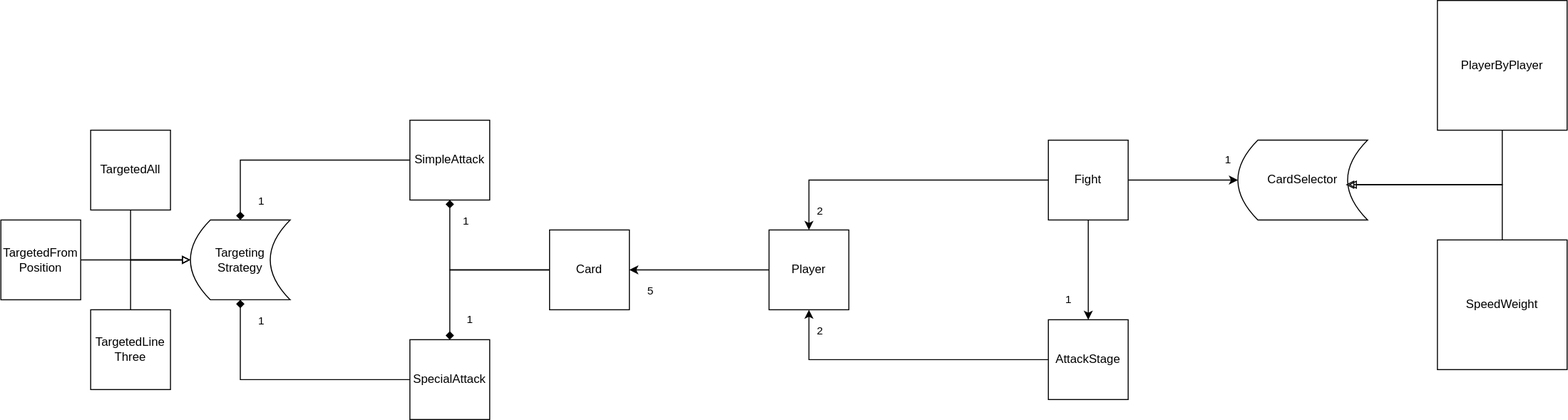
Earlier version of the draw.io export doc/archi.drawio.svg (cegerard/card-game). Source tidied: cells renumbered, new cells last; positions are measured from the earlier drawing's top-left corner, leaving out a move shared by most shapes. Its diagram source:
```xml
<mxGraphModel>
  <root>
    <mxCell id="0" />
    <mxCell id="1" parent="0" />
    <mxCell id="2" value="1" style="edgeStyle=none;html=1;exitX=0.5;exitY=1;exitDx=0;exitDy=0;entryX=0.5;entryY=0;entryDx=0;entryDy=0;" parent="1" edge="1" source="6" target="10">
      <mxGeometry x="0.6" y="-20" relative="1" as="geometry" />
    </mxCell>
    <mxCell id="3" value="1" style="edgeStyle=none;html=1;exitX=1;exitY=0.5;exitDx=0;exitDy=0;entryX=0;entryY=0.5;entryDx=0;entryDy=0;" parent="1" edge="1" source="6" target="7">
      <mxGeometry x="0.82" y="20" relative="1" as="geometry" />
    </mxCell>
    <mxCell id="4" style="edgeStyle=orthogonalEdgeStyle;rounded=0;html=1;exitX=0;exitY=0.5;exitDx=0;exitDy=0;entryX=0.5;entryY=0;entryDx=0;entryDy=0;strokeColor=default;fontColor=default;" parent="1" edge="1" source="6" target="17">
      <mxGeometry relative="1" as="geometry" />
    </mxCell>
    <mxCell id="5" value="2" style="edgeLabel;html=1;align=center;verticalAlign=middle;fontColor=default;" parent="4" vertex="1">
      <mxGeometry x="-0.28" y="1" relative="1" as="geometry">
        <mxPoint x="-126" y="29" as="offset" />
      </mxGeometry>
    </mxCell>
    <mxCell id="6" value="Fight" style="whiteSpace=wrap;html=1;" parent="1" vertex="1">
      <mxGeometry x="1050" y="140" width="80" height="80" as="geometry" />
    </mxCell>
    <mxCell id="7" value="CardSelector" style="shape=dataStorage;whiteSpace=wrap;html=1;fixedSize=1;" parent="1" vertex="1">
      <mxGeometry x="1240" y="140" width="130" height="80" as="geometry" />
    </mxCell>
    <mxCell id="8" style="edgeStyle=orthogonalEdgeStyle;rounded=0;html=1;exitX=0;exitY=0.5;exitDx=0;exitDy=0;entryX=0.5;entryY=1;entryDx=0;entryDy=0;strokeColor=default;fontColor=default;" parent="1" edge="1" source="10" target="17">
      <mxGeometry relative="1" as="geometry" />
    </mxCell>
    <mxCell id="9" value="2" style="edgeLabel;html=1;align=center;verticalAlign=middle;fontColor=default;" parent="8" vertex="1">
      <mxGeometry x="-0.38" y="-4" relative="1" as="geometry">
        <mxPoint x="-141" y="-26" as="offset" />
      </mxGeometry>
    </mxCell>
    <mxCell id="10" value="AttackStage" style="whiteSpace=wrap;html=1;" parent="1" vertex="1">
      <mxGeometry x="1050" y="320" width="80" height="80" as="geometry" />
    </mxCell>
    <mxCell id="11" style="edgeStyle=orthogonalEdgeStyle;html=1;exitX=0.5;exitY=1;exitDx=0;exitDy=0;entryX=0.831;entryY=0.558;entryDx=0;entryDy=0;entryPerimeter=0;fontColor=default;rounded=0;strokeColor=default;endArrow=block;endFill=0;" parent="1" edge="1" source="12" target="7">
      <mxGeometry relative="1" as="geometry">
        <Array as="points">
          <mxPoint x="1505" y="185" />
        </Array>
      </mxGeometry>
    </mxCell>
    <mxCell id="12" value="PlayerByPlayer" style="fontStyle=0;fontColor=default;labelBackgroundColor=none;labelBorderColor=none;whiteSpace=wrap;html=1;" parent="1" vertex="1">
      <mxGeometry x="1440" width="130" height="130" as="geometry" />
    </mxCell>
    <mxCell id="13" style="edgeStyle=orthogonalEdgeStyle;rounded=0;html=1;exitX=0.5;exitY=0;exitDx=0;exitDy=0;strokeColor=default;fontColor=default;entryX=0.851;entryY=0.558;entryDx=0;entryDy=0;entryPerimeter=0;endArrow=block;endFill=0;" parent="1" edge="1" source="14" target="7">
      <mxGeometry relative="1" as="geometry">
        <Array as="points">
          <mxPoint x="1505" y="185" />
        </Array>
      </mxGeometry>
    </mxCell>
    <mxCell id="14" value="SpeedWeight" style="fontStyle=0;fontColor=default;labelBackgroundColor=none;labelBorderColor=none;whiteSpace=wrap;html=1;" parent="1" vertex="1">
      <mxGeometry x="1440" y="240" width="130" height="130" as="geometry" />
    </mxCell>
    <mxCell id="15" style="edgeStyle=orthogonalEdgeStyle;rounded=0;html=1;exitX=0;exitY=0.5;exitDx=0;exitDy=0;entryX=1;entryY=0.5;entryDx=0;entryDy=0;strokeColor=default;fontColor=default;" parent="1" edge="1" source="17" target="21">
      <mxGeometry relative="1" as="geometry" />
    </mxCell>
    <mxCell id="16" value="5" style="edgeLabel;html=1;align=center;verticalAlign=middle;fontColor=default;" parent="15" vertex="1">
      <mxGeometry x="-0.42" y="3" relative="1" as="geometry">
        <mxPoint x="-80" y="17" as="offset" />
      </mxGeometry>
    </mxCell>
    <mxCell id="17" value="Player" style="whiteSpace=wrap;html=1;" parent="1" vertex="1">
      <mxGeometry x="770" y="230" width="80" height="80" as="geometry" />
    </mxCell>
    <mxCell id="18" style="edgeStyle=orthogonalEdgeStyle;rounded=0;html=1;exitX=0;exitY=0.5;exitDx=0;exitDy=0;entryX=0.5;entryY=1;entryDx=0;entryDy=0;strokeColor=default;fontColor=default;endArrow=diamond;endFill=1;" parent="1" edge="1" source="21" target="24">
      <mxGeometry relative="1" as="geometry" />
    </mxCell>
    <mxCell id="19" value="1" style="edgeLabel;html=1;align=center;verticalAlign=middle;fontColor=default;" parent="18" vertex="1">
      <mxGeometry x="0.74" relative="1" as="geometry">
        <mxPoint x="15" y="-2" as="offset" />
      </mxGeometry>
    </mxCell>
    <mxCell id="20" value="1" style="edgeStyle=orthogonalEdgeStyle;rounded=0;html=1;exitX=0;exitY=0.5;exitDx=0;exitDy=0;entryX=0.5;entryY=0;entryDx=0;entryDy=0;strokeColor=default;fontColor=default;endArrow=diamond;endFill=1;" parent="1" edge="1" source="21" target="27">
      <mxGeometry x="0.76" y="20" relative="1" as="geometry" />
    </mxCell>
    <mxCell id="21" value="Card" style="whiteSpace=wrap;html=1;labelBackgroundColor=none;labelBorderColor=none;fontColor=default;" parent="1" vertex="1">
      <mxGeometry x="550" y="230" width="80" height="80" as="geometry" />
    </mxCell>
    <mxCell id="22" style="edgeStyle=orthogonalEdgeStyle;rounded=0;html=1;exitX=0;exitY=0.5;exitDx=0;exitDy=0;entryX=0.5;entryY=0;entryDx=0;entryDy=0;strokeColor=default;fontColor=default;endArrow=diamond;endFill=1;" parent="1" edge="1" source="24" target="28">
      <mxGeometry relative="1" as="geometry" />
    </mxCell>
    <mxCell id="23" value="1" style="edgeLabel;html=1;align=center;verticalAlign=middle;fontColor=default;" parent="22" vertex="1">
      <mxGeometry x="-0.15" y="-1" relative="1" as="geometry">
        <mxPoint x="-53" y="41" as="offset" />
      </mxGeometry>
    </mxCell>
    <mxCell id="24" value="SimpleAttack" style="whiteSpace=wrap;html=1;labelBackgroundColor=none;labelBorderColor=none;fontColor=default;" parent="1" vertex="1">
      <mxGeometry x="410" y="120" width="80" height="80" as="geometry" />
    </mxCell>
    <mxCell id="25" style="edgeStyle=orthogonalEdgeStyle;rounded=0;html=1;exitX=0;exitY=0.5;exitDx=0;exitDy=0;entryX=0.5;entryY=1;entryDx=0;entryDy=0;strokeColor=default;fontColor=default;endArrow=diamond;endFill=1;" parent="1" edge="1" source="27" target="28">
      <mxGeometry relative="1" as="geometry" />
    </mxCell>
    <mxCell id="26" value="1" style="edgeLabel;html=1;align=center;verticalAlign=middle;fontColor=default;" parent="25" vertex="1">
      <mxGeometry x="-0.44" y="-7" relative="1" as="geometry">
        <mxPoint x="-80" y="-53" as="offset" />
      </mxGeometry>
    </mxCell>
    <mxCell id="27" value="SpecialAttack" style="whiteSpace=wrap;html=1;labelBackgroundColor=none;labelBorderColor=none;fontColor=default;" parent="1" vertex="1">
      <mxGeometry x="410" y="340" width="80" height="80" as="geometry" />
    </mxCell>
    <mxCell id="28" value="Targeting&lt;br&gt;Strategy" style="shape=dataStorage;whiteSpace=wrap;html=1;fixedSize=1;labelBackgroundColor=none;labelBorderColor=none;fontColor=default;" parent="1" vertex="1">
      <mxGeometry x="190" y="220" width="100" height="80" as="geometry" />
    </mxCell>
    <mxCell id="29" style="edgeStyle=orthogonalEdgeStyle;rounded=0;html=1;exitX=0.5;exitY=1;exitDx=0;exitDy=0;entryX=0;entryY=0.5;entryDx=0;entryDy=0;strokeColor=default;fontColor=default;endArrow=block;endFill=0;" parent="1" edge="1" source="30" target="28">
      <mxGeometry relative="1" as="geometry" />
    </mxCell>
    <mxCell id="30" value="TargetedAll" style="whiteSpace=wrap;html=1;labelBackgroundColor=none;labelBorderColor=none;fontColor=default;" parent="1" vertex="1">
      <mxGeometry x="90" y="130" width="80" height="80" as="geometry" />
    </mxCell>
    <mxCell id="31" style="edgeStyle=orthogonalEdgeStyle;rounded=0;html=1;exitX=1;exitY=0.5;exitDx=0;exitDy=0;entryX=0;entryY=0.5;entryDx=0;entryDy=0;strokeColor=default;fontColor=default;endArrow=block;endFill=0;" parent="1" edge="1" source="32" target="28">
      <mxGeometry relative="1" as="geometry" />
    </mxCell>
    <mxCell id="32" value="TargetedFrom&lt;br&gt;Position" style="whiteSpace=wrap;html=1;labelBackgroundColor=none;labelBorderColor=none;fontColor=default;" parent="1" vertex="1">
      <mxGeometry y="220" width="80" height="80" as="geometry" />
    </mxCell>
    <mxCell id="33" style="edgeStyle=orthogonalEdgeStyle;rounded=0;html=1;exitX=0.5;exitY=0;exitDx=0;exitDy=0;entryX=0;entryY=0.5;entryDx=0;entryDy=0;strokeColor=default;fontColor=default;endArrow=block;endFill=0;" parent="1" edge="1" source="34" target="28">
      <mxGeometry relative="1" as="geometry" />
    </mxCell>
    <mxCell id="34" value="TargetedLine&lt;br&gt;Three" style="whiteSpace=wrap;html=1;labelBackgroundColor=none;labelBorderColor=none;fontColor=default;" parent="1" vertex="1">
      <mxGeometry x="90" y="310" width="80" height="80" as="geometry" />
    </mxCell>
  </root>
</mxGraphModel>
```
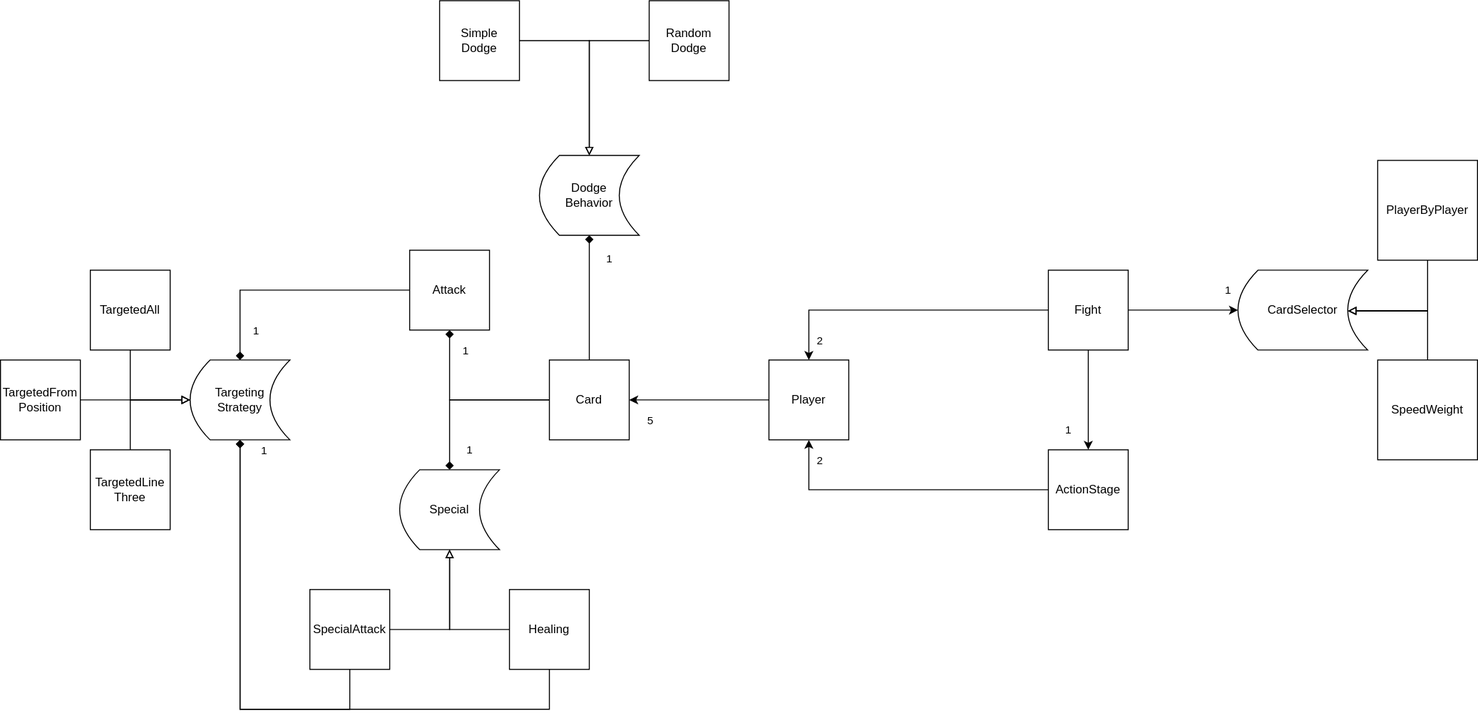
Above is the later version.

Commit message:
Add Special interface and implement it in SpecialAttack class for energy management

Diff of the diagram source:
```diff
@@ -30,28 +30,29 @@
         <mxPoint x="-141" y="-26" as="offset" />
       </mxGeometry>
     </mxCell>
-    <mxCell id="10" value="AttackStage" style="whiteSpace=wrap;html=1;" parent="1" vertex="1">
+    <mxCell id="10" value="ActionStage" style="whiteSpace=wrap;html=1;" parent="1" vertex="1">
       <mxGeometry x="1050" y="320" width="80" height="80" as="geometry" />
     </mxCell>
-    <mxCell id="11" style="edgeStyle=orthogonalEdgeStyle;html=1;exitX=0.5;exitY=1;exitDx=0;exitDy=0;entryX=0.831;entryY=0.558;entryDx=0;entryDy=0;entryPerimeter=0;fontColor=default;rounded=0;strokeColor=default;endArrow=block;endFill=0;" parent="1" edge="1" source="12" target="7">
+    <mxCell id="11" style="edgeStyle=orthogonalEdgeStyle;html=1;exitX=0.5;exitY=1;exitDx=0;exitDy=0;fontColor=default;rounded=0;strokeColor=default;endArrow=block;endFill=0;entryX=0.848;entryY=0.508;entryDx=0;entryDy=0;entryPerimeter=0;" parent="1" edge="1" source="12" target="7">
       <mxGeometry relative="1" as="geometry">
         <Array as="points">
-          <mxPoint x="1505" y="185" />
+          <mxPoint x="1430" y="181" />
         </Array>
       </mxGeometry>
     </mxCell>
     <mxCell id="12" value="PlayerByPlayer" style="fontStyle=0;fontColor=default;labelBackgroundColor=none;labelBorderColor=none;whiteSpace=wrap;html=1;" parent="1" vertex="1">
-      <mxGeometry x="1440" width="130" height="130" as="geometry" />
+      <mxGeometry x="1380" y="30" width="100" height="100" as="geometry" />
     </mxCell>
-    <mxCell id="13" style="edgeStyle=orthogonalEdgeStyle;rounded=0;html=1;exitX=0.5;exitY=0;exitDx=0;exitDy=0;strokeColor=default;fontColor=default;entryX=0.851;entryY=0.558;entryDx=0;entryDy=0;entryPerimeter=0;endArrow=block;endFill=0;" parent="1" edge="1" source="14" target="7">
+    <mxCell id="13" style="edgeStyle=orthogonalEdgeStyle;rounded=0;html=1;exitX=0.5;exitY=0;exitDx=0;exitDy=0;strokeColor=default;fontColor=default;endArrow=block;endFill=0;" parent="1" edge="1" source="14">
       <mxGeometry relative="1" as="geometry">
+        <mxPoint x="1350" y="181" as="targetPoint" />
         <Array as="points">
-          <mxPoint x="1505" y="185" />
+          <mxPoint x="1430" y="181" />
         </Array>
       </mxGeometry>
     </mxCell>
     <mxCell id="14" value="SpeedWeight" style="fontStyle=0;fontColor=default;labelBackgroundColor=none;labelBorderColor=none;whiteSpace=wrap;html=1;" parent="1" vertex="1">
-      <mxGeometry x="1440" y="240" width="130" height="130" as="geometry" />
+      <mxGeometry x="1380" y="230" width="100" height="100" as="geometry" />
     </mxCell>
     <mxCell id="15" style="edgeStyle=orthogonalEdgeStyle;rounded=0;html=1;exitX=0;exitY=0.5;exitDx=0;exitDy=0;entryX=1;entryY=0.5;entryDx=0;entryDy=0;strokeColor=default;fontColor=default;" parent="1" edge="1" source="17" target="21">
       <mxGeometry relative="1" as="geometry" />
@@ -72,9 +73,6 @@
         <mxPoint x="15" y="-2" as="offset" />
       </mxGeometry>
     </mxCell>
-    <mxCell id="20" value="1" style="edgeStyle=orthogonalEdgeStyle;rounded=0;html=1;exitX=0;exitY=0.5;exitDx=0;exitDy=0;entryX=0.5;entryY=0;entryDx=0;entryDy=0;strokeColor=default;fontColor=default;endArrow=diamond;endFill=1;" parent="1" edge="1" source="21" target="27">
-      <mxGeometry x="0.76" y="20" relative="1" as="geometry" />
-    </mxCell>
     <mxCell id="21" value="Card" style="whiteSpace=wrap;html=1;labelBackgroundColor=none;labelBorderColor=none;fontColor=default;" parent="1" vertex="1">
       <mxGeometry x="550" y="230" width="80" height="80" as="geometry" />
     </mxCell>
@@ -86,40 +84,88 @@
         <mxPoint x="-53" y="41" as="offset" />
       </mxGeometry>
     </mxCell>
-    <mxCell id="24" value="SimpleAttack" style="whiteSpace=wrap;html=1;labelBackgroundColor=none;labelBorderColor=none;fontColor=default;" parent="1" vertex="1">
+    <mxCell id="24" value="Attack" style="whiteSpace=wrap;html=1;labelBackgroundColor=none;labelBorderColor=none;fontColor=default;" parent="1" vertex="1">
       <mxGeometry x="410" y="120" width="80" height="80" as="geometry" />
     </mxCell>
-    <mxCell id="25" style="edgeStyle=orthogonalEdgeStyle;rounded=0;html=1;exitX=0;exitY=0.5;exitDx=0;exitDy=0;entryX=0.5;entryY=1;entryDx=0;entryDy=0;strokeColor=default;fontColor=default;endArrow=diamond;endFill=1;" parent="1" edge="1" source="27" target="28">
-      <mxGeometry relative="1" as="geometry" />
+    <mxCell id="25" style="edgeStyle=orthogonalEdgeStyle;rounded=0;html=1;exitX=0.5;exitY=1;exitDx=0;exitDy=0;entryX=0.5;entryY=1;entryDx=0;entryDy=0;strokeColor=default;fontColor=default;endArrow=diamond;endFill=1;" parent="1" edge="1" source="27" target="28">
+      <mxGeometry relative="1" as="geometry">
+        <Array as="points">
+          <mxPoint x="350" y="580" />
+          <mxPoint x="240" y="580" />
+        </Array>
+      </mxGeometry>
     </mxCell>
     <mxCell id="26" value="1" style="edgeLabel;html=1;align=center;verticalAlign=middle;fontColor=default;" parent="25" vertex="1">
       <mxGeometry x="-0.44" y="-7" relative="1" as="geometry">
-        <mxPoint x="-80" y="-53" as="offset" />
+        <mxPoint x="-9" y="-253" as="offset" />
       </mxGeometry>
     </mxCell>
+    <mxCell id="35" style="edgeStyle=orthogonalEdgeStyle;html=1;entryX=0.5;entryY=1;entryDx=0;entryDy=0;endArrow=block;endFill=0;strokeColor=default;rounded=0;" parent="1" edge="1" source="27" target="36">
+      <mxGeometry relative="1" as="geometry" />
+    </mxCell>
     <mxCell id="27" value="SpecialAttack" style="whiteSpace=wrap;html=1;labelBackgroundColor=none;labelBorderColor=none;fontColor=default;" parent="1" vertex="1">
-      <mxGeometry x="410" y="340" width="80" height="80" as="geometry" />
+      <mxGeometry x="310" y="460" width="80" height="80" as="geometry" />
     </mxCell>
     <mxCell id="28" value="Targeting&lt;br&gt;Strategy" style="shape=dataStorage;whiteSpace=wrap;html=1;fixedSize=1;labelBackgroundColor=none;labelBorderColor=none;fontColor=default;" parent="1" vertex="1">
-      <mxGeometry x="190" y="220" width="100" height="80" as="geometry" />
+      <mxGeometry x="190" y="230" width="100" height="80" as="geometry" />
     </mxCell>
     <mxCell id="29" style="edgeStyle=orthogonalEdgeStyle;rounded=0;html=1;exitX=0.5;exitY=1;exitDx=0;exitDy=0;entryX=0;entryY=0.5;entryDx=0;entryDy=0;strokeColor=default;fontColor=default;endArrow=block;endFill=0;" parent="1" edge="1" source="30" target="28">
       <mxGeometry relative="1" as="geometry" />
     </mxCell>
     <mxCell id="30" value="TargetedAll" style="whiteSpace=wrap;html=1;labelBackgroundColor=none;labelBorderColor=none;fontColor=default;" parent="1" vertex="1">
-      <mxGeometry x="90" y="130" width="80" height="80" as="geometry" />
+      <mxGeometry x="90" y="140" width="80" height="80" as="geometry" />
     </mxCell>
     <mxCell id="31" style="edgeStyle=orthogonalEdgeStyle;rounded=0;html=1;exitX=1;exitY=0.5;exitDx=0;exitDy=0;entryX=0;entryY=0.5;entryDx=0;entryDy=0;strokeColor=default;fontColor=default;endArrow=block;endFill=0;" parent="1" edge="1" source="32" target="28">
       <mxGeometry relative="1" as="geometry" />
     </mxCell>
     <mxCell id="32" value="TargetedFrom&lt;br&gt;Position" style="whiteSpace=wrap;html=1;labelBackgroundColor=none;labelBorderColor=none;fontColor=default;" parent="1" vertex="1">
-      <mxGeometry y="220" width="80" height="80" as="geometry" />
+      <mxGeometry y="230" width="80" height="80" as="geometry" />
     </mxCell>
     <mxCell id="33" style="edgeStyle=orthogonalEdgeStyle;rounded=0;html=1;exitX=0.5;exitY=0;exitDx=0;exitDy=0;entryX=0;entryY=0.5;entryDx=0;entryDy=0;strokeColor=default;fontColor=default;endArrow=block;endFill=0;" parent="1" edge="1" source="34" target="28">
       <mxGeometry relative="1" as="geometry" />
     </mxCell>
     <mxCell id="34" value="TargetedLine&lt;br&gt;Three" style="whiteSpace=wrap;html=1;labelBackgroundColor=none;labelBorderColor=none;fontColor=default;" parent="1" vertex="1">
-      <mxGeometry x="90" y="310" width="80" height="80" as="geometry" />
+      <mxGeometry x="90" y="320" width="80" height="80" as="geometry" />
     </mxCell>
+    <mxCell id="20" value="1" style="edgeStyle=orthogonalEdgeStyle;rounded=0;html=1;exitX=0;exitY=0.5;exitDx=0;exitDy=0;entryX=0.5;entryY=0;entryDx=0;entryDy=0;strokeColor=default;fontColor=default;endArrow=diamond;endFill=1;" parent="1" edge="1" source="21" target="36">
+      <mxGeometry x="0.76" y="20" relative="1" as="geometry" />
+    </mxCell>
+    <mxCell id="36" value="Special" style="shape=dataStorage;whiteSpace=wrap;html=1;fixedSize=1;labelBackgroundColor=none;labelBorderColor=none;fontColor=default;" parent="1" vertex="1">
+      <mxGeometry x="400" y="340" width="100" height="80" as="geometry" />
+    </mxCell>
+    <mxCell id="37" style="edgeStyle=orthogonalEdgeStyle;rounded=0;html=1;strokeColor=default;endArrow=block;endFill=0;entryX=0.5;entryY=1;entryDx=0;entryDy=0;" parent="1" edge="1" source="39" target="36">
+      <mxGeometry relative="1" as="geometry" />
+    </mxCell>
+    <mxCell id="38" style="edgeStyle=orthogonalEdgeStyle;rounded=0;html=1;strokeColor=default;startArrow=none;startFill=0;endArrow=diamond;endFill=1;entryX=0.5;entryY=1;entryDx=0;entryDy=0;" parent="1" edge="1" source="39" target="28">
+      <mxGeometry relative="1" as="geometry">
+        <Array as="points">
+          <mxPoint x="550" y="580" />
+          <mxPoint x="240" y="580" />
+        </Array>
+      </mxGeometry>
+    </mxCell>
+    <mxCell id="39" value="Healing" style="whiteSpace=wrap;html=1;labelBackgroundColor=none;labelBorderColor=none;fontColor=default;" parent="1" vertex="1">
+      <mxGeometry x="510" y="460" width="80" height="80" as="geometry" />
+    </mxCell>
+    <mxCell id="40" value="1" style="edgeStyle=orthogonalEdgeStyle;rounded=0;html=1;entryX=0.5;entryY=0;entryDx=0;entryDy=0;strokeColor=default;endArrow=none;endFill=0;startArrow=diamond;startFill=1;" parent="1" edge="1" source="41" target="21">
+      <mxGeometry x="-0.6" y="20" relative="1" as="geometry">
+        <mxPoint y="-1" as="offset" />
+      </mxGeometry>
+    </mxCell>
+    <mxCell id="41" value="Dodge&lt;br&gt;Behavior" style="shape=dataStorage;whiteSpace=wrap;html=1;fixedSize=1;labelBackgroundColor=none;labelBorderColor=none;fontColor=default;" parent="1" vertex="1">
+      <mxGeometry x="540" y="25" width="100" height="80" as="geometry" />
+    </mxCell>
+    <mxCell id="42" style="edgeStyle=orthogonalEdgeStyle;rounded=0;html=1;strokeColor=default;endArrow=block;endFill=0;" parent="1" edge="1" source="43" target="41">
+      <mxGeometry relative="1" as="geometry" />
+    </mxCell>
+    <mxCell id="43" value="Simple&lt;br&gt;Dodge" style="whiteSpace=wrap;html=1;labelBackgroundColor=none;labelBorderColor=none;fontColor=default;" parent="1" vertex="1">
+      <mxGeometry x="440" y="-130" width="80" height="80" as="geometry" />
+    </mxCell>
+    <mxCell id="44" style="edgeStyle=orthogonalEdgeStyle;rounded=0;html=1;strokeColor=default;endArrow=block;endFill=0;entryX=0.5;entryY=0;entryDx=0;entryDy=0;" parent="1" edge="1" source="45" target="41">
+      <mxGeometry relative="1" as="geometry" />
+    </mxCell>
+    <mxCell id="45" value="Random&lt;br&gt;Dodge" style="whiteSpace=wrap;html=1;labelBackgroundColor=none;labelBorderColor=none;fontColor=default;" parent="1" vertex="1">
+      <mxGeometry x="650" y="-130" width="80" height="80" as="geometry" />
+    </mxCell>
   </root>
 </mxGraphModel>
```
